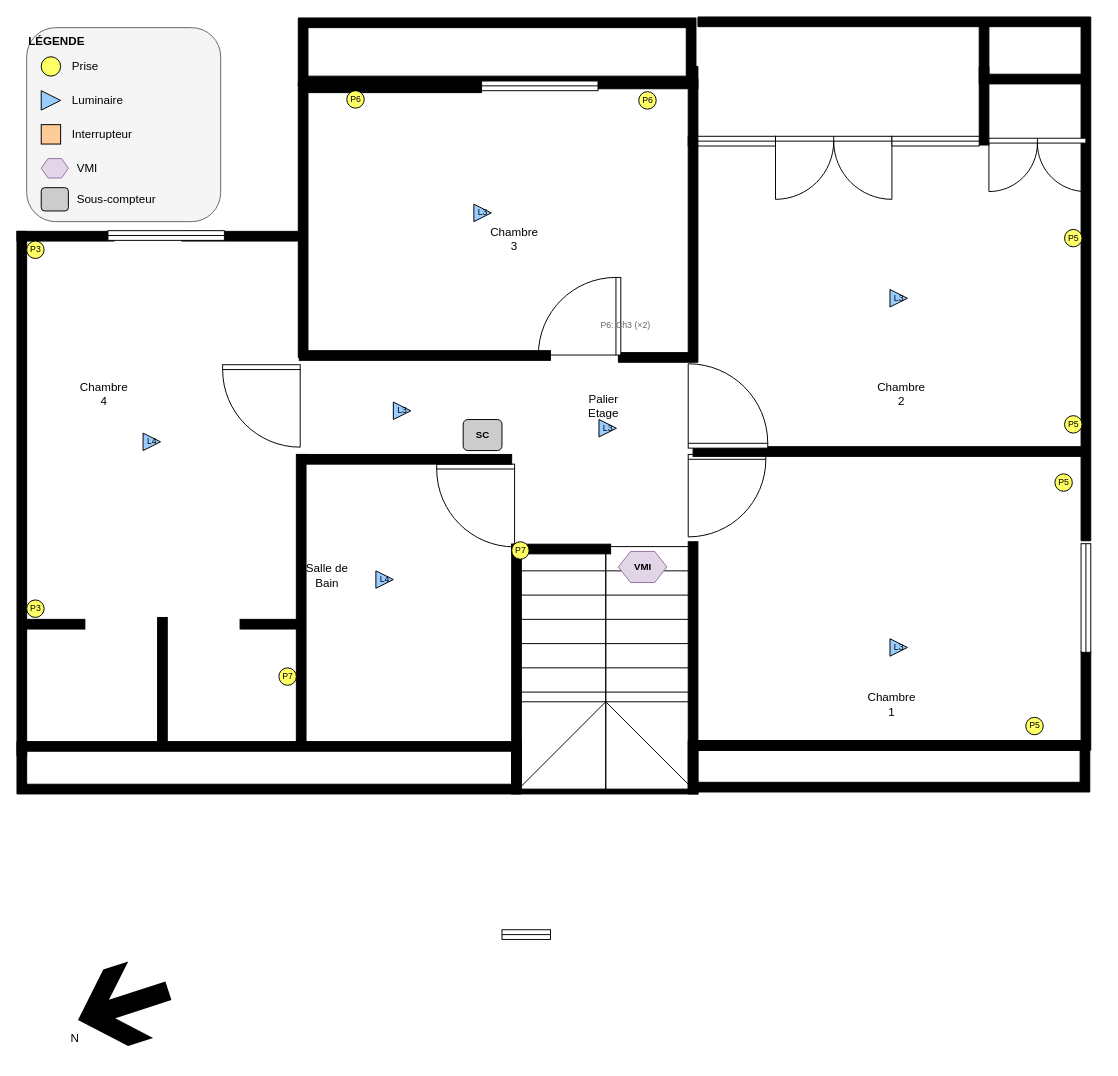
pledou/RenovationElectrique keeps this draw.io diagram as doc/plans_etage/Etage_elec.drawio. Above is the earlier version. Source tidied: cells renumbered, new cells numbered last; positions are measured from the earlier drawing's top-left corner, leaving out a move shared by most shapes. Both pictures are drawn from the tidied source at 97%, with x=0, y=0 at pixel (16, 16).
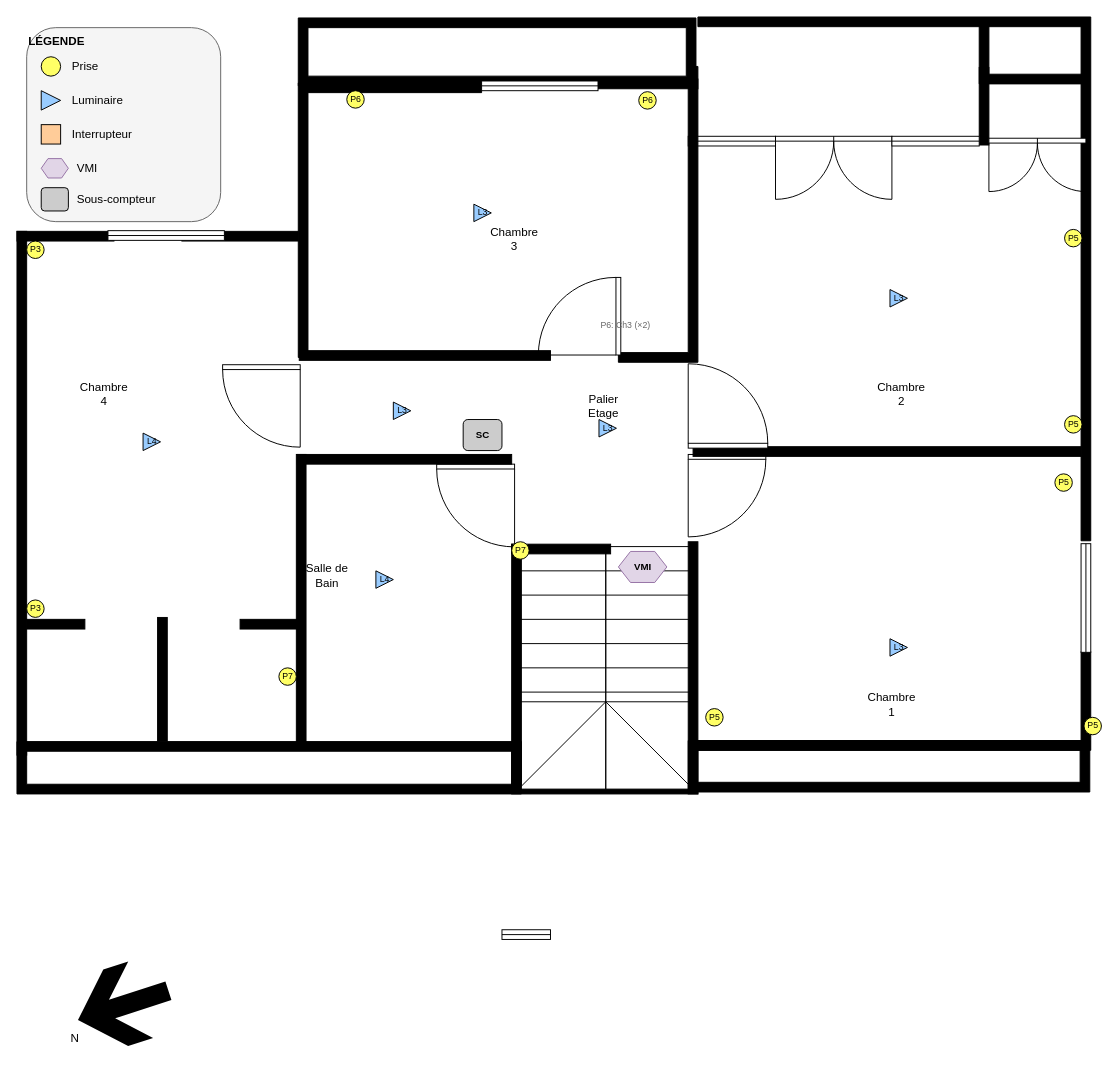
After the change.

The edit, as a diff of the source:
```diff
@@
     <mxCell id="61" value="P5" style="shape=ellipse;fillColor=#FFFF66;strokeColor=#000000;html=1;fontSize=9;" parent="48" vertex="1">
-      <mxGeometry x="1040" y="722" width="18" height="18" as="geometry" />
+      <mxGeometry x="710" y="713" width="18" height="18" as="geometry" />
     </mxCell>
+    <mxCell id="80" value="P5" style="shape=ellipse;fillColor=#FFFF66;strokeColor=#000000;html=1;fontSize=9;" parent="48" vertex="1">
+      <mxGeometry x="1100" y="722" width="18" height="18" as="geometry" />
+    </mxCell>
```
